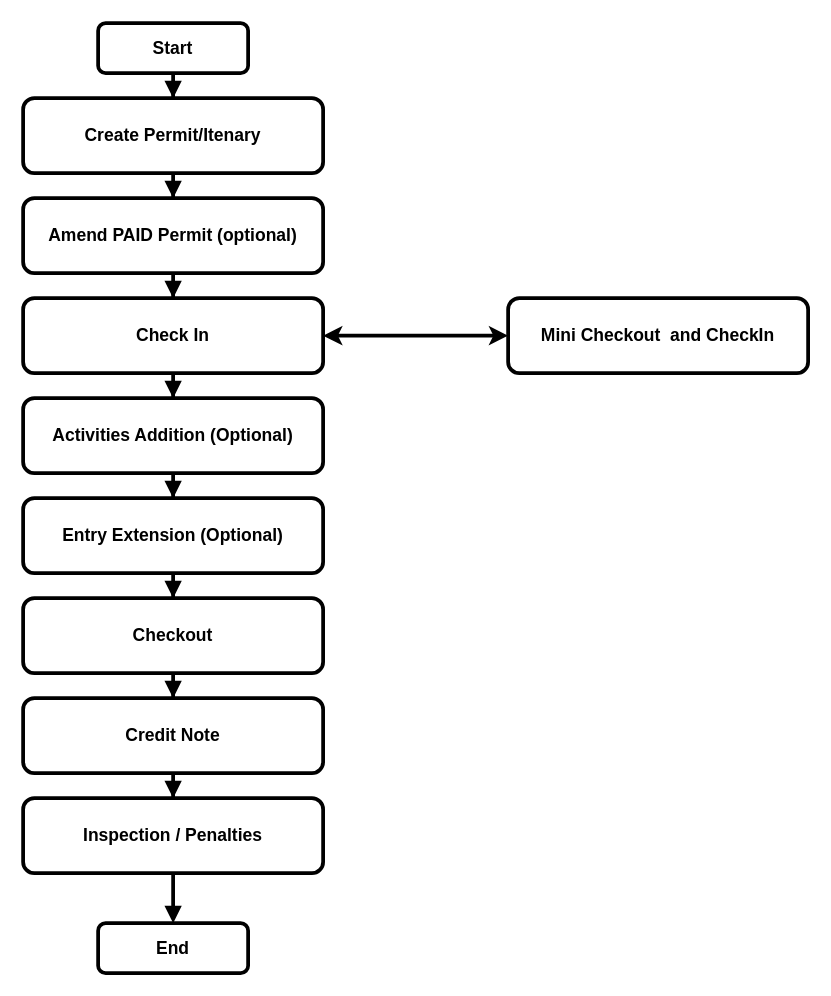
MbalamulaS/portal2-diagram keeps this draw.io diagram as page "Permit-Flowchart" (1 of 2) of permit_flowchart.drawio. Above is the earlier version. Source tidied: cells renumbered, new cells numbered last; positions are measured from the earlier drawing's top-left corner, leaving out a move shared by most shapes. Both pictures are drawn from the tidied source at 125%, with x=0, y=0 at pixel (22, 22).
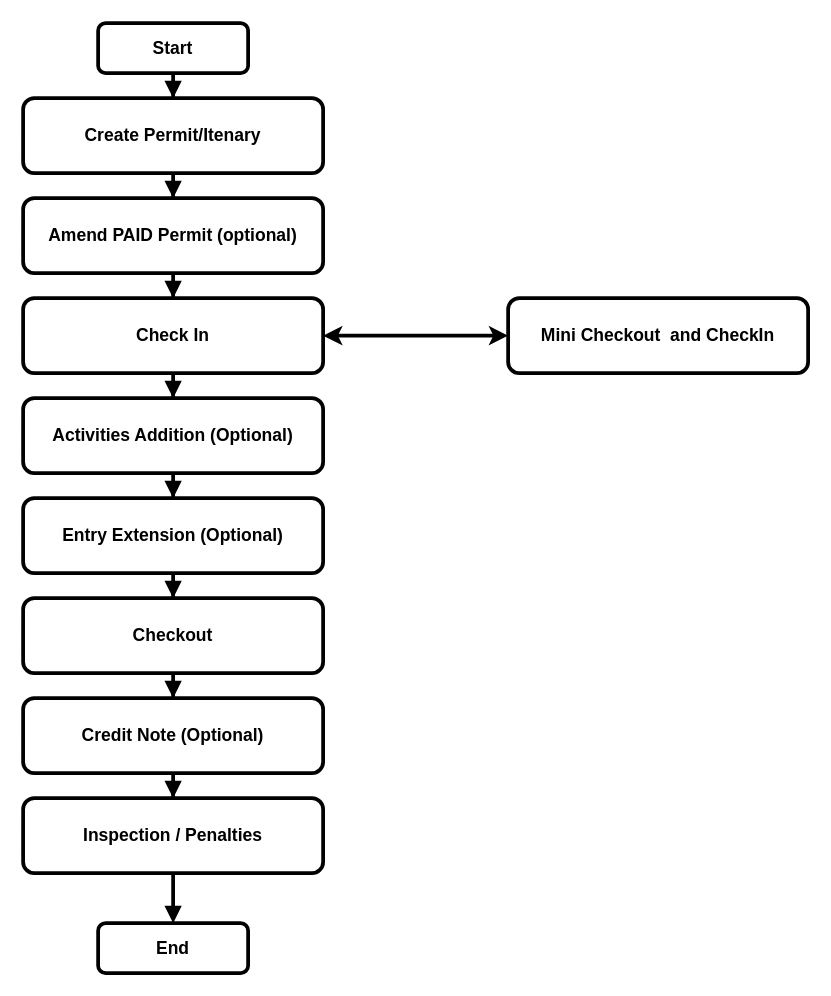
The same page after the edit.

The edit, as a diff of the source:
```diff
@@
-    <mxCell id="10" value="Credit Note" style="rounded=1;whiteSpace=wrap;html=1;fontStyle=1;strokeWidth=3;fontSize=14;" parent="1" vertex="1">
+    <mxCell id="10" value="Credit Note (Optional)" style="rounded=1;whiteSpace=wrap;html=1;fontStyle=1;strokeWidth=3;fontSize=14;" parent="1" vertex="1">
       <mxGeometry y="540" width="240" height="60" as="geometry" />
     </mxCell>
```
